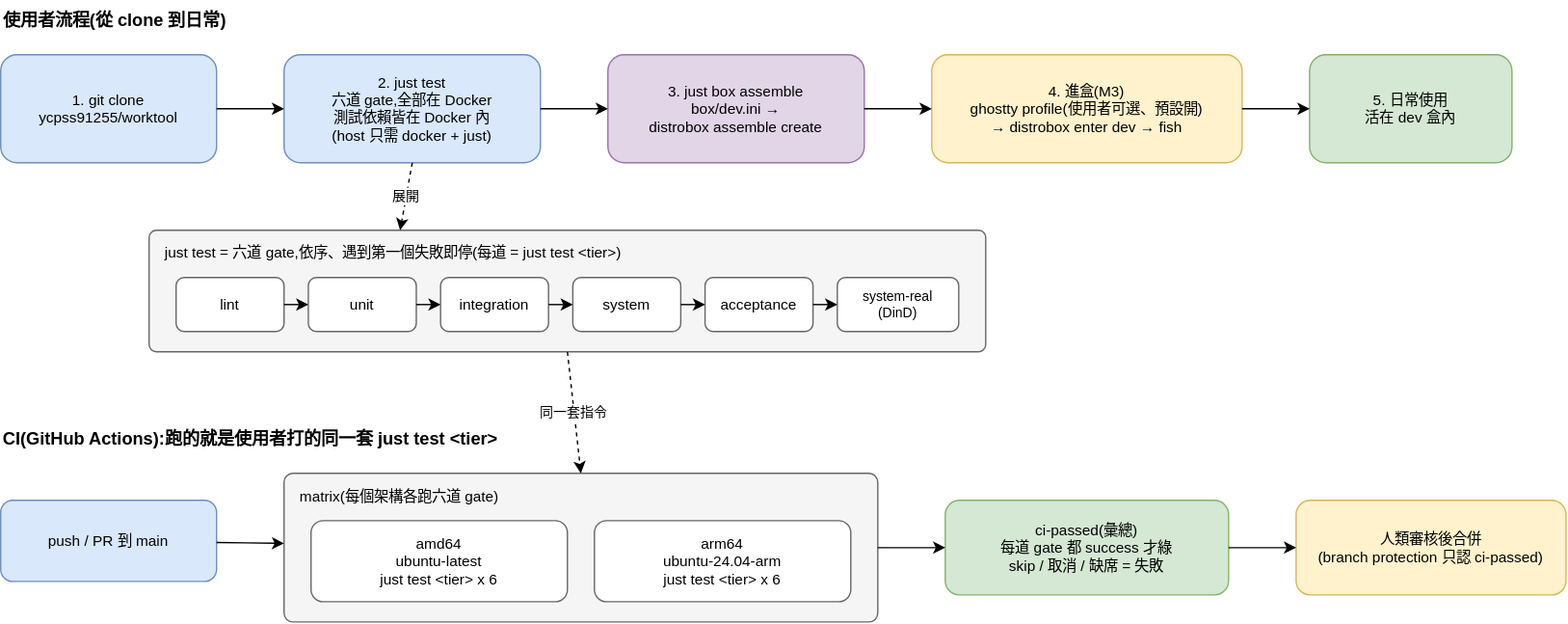
The draw.io diagram doc/diagram/flow.drawio.svg in ycpss91255/worktool, before a commit. Source tidied: cells renumbered, new cells last; positions are measured from the earlier drawing's top-left corner, leaving out a move shared by most shapes.
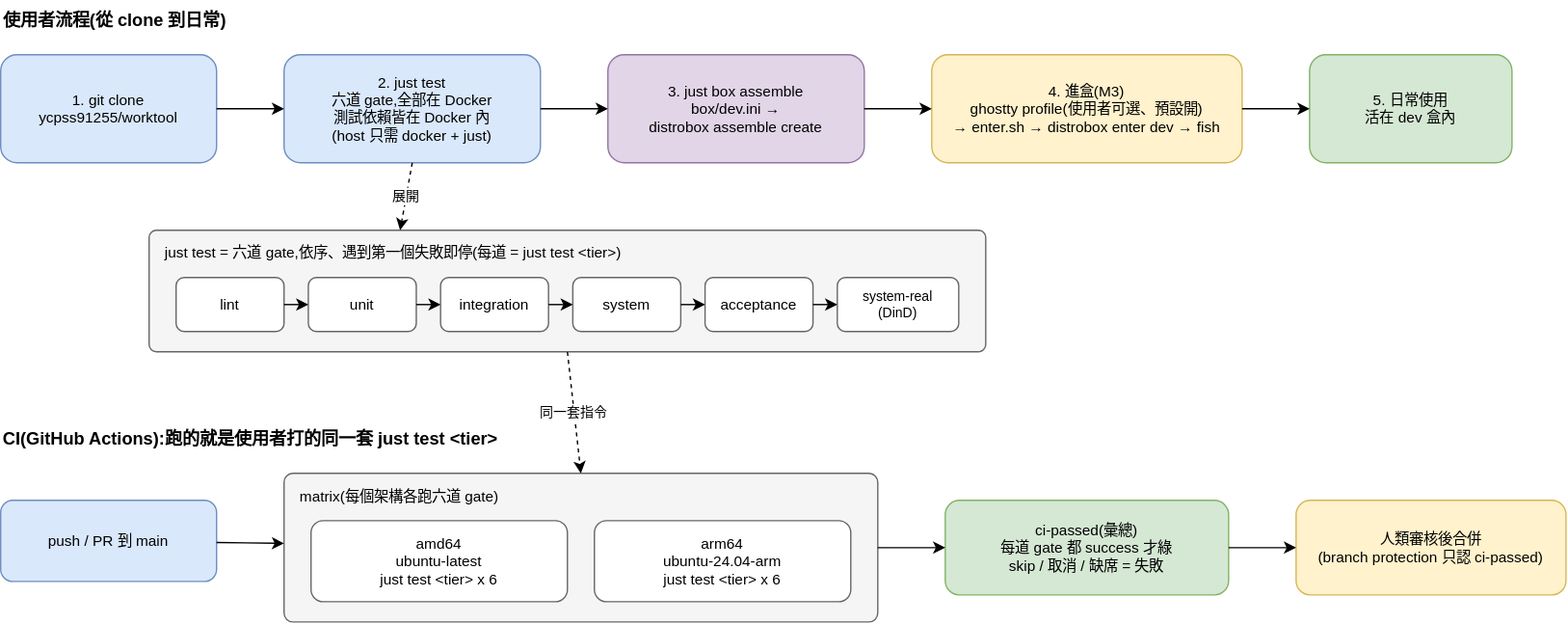
The same diagram one commit later.

The edit, as a diff of the source:
```diff
@@ -14,7 +14,7 @@
     <mxCell id="5" value="3. just box assemble&#10;box/dev.ini →&#10;distrobox assemble create" style="rounded=1;fillColor=#e1d5e7;strokeColor=#9673a6;fontSize=11;" parent="1" vertex="1">
       <mxGeometry x="450" y="40" width="190" height="80" as="geometry" />
     </mxCell>
-    <mxCell id="6" value="4. 進盒(M3)&#10;ghostty profile(使用者可選、預設開)&#10;→ distrobox enter dev → fish" style="rounded=1;fillColor=#fff2cc;strokeColor=#d6b656;fontSize=11;" parent="1" vertex="1">
+    <mxCell id="6" value="4. 進盒(M3)&#10;ghostty profile(使用者可選、預設開)&#10;→ enter.sh → distrobox enter dev → fish" style="rounded=1;fillColor=#fff2cc;strokeColor=#d6b656;fontSize=11;" parent="1" vertex="1">
       <mxGeometry x="690" y="40" width="230" height="80" as="geometry" />
     </mxCell>
     <mxCell id="7" value="5. 日常使用&#10;活在 dev 盒內" style="rounded=1;fillColor=#d5e8d4;strokeColor=#82b366;fontSize=11;" parent="1" vertex="1">
```
